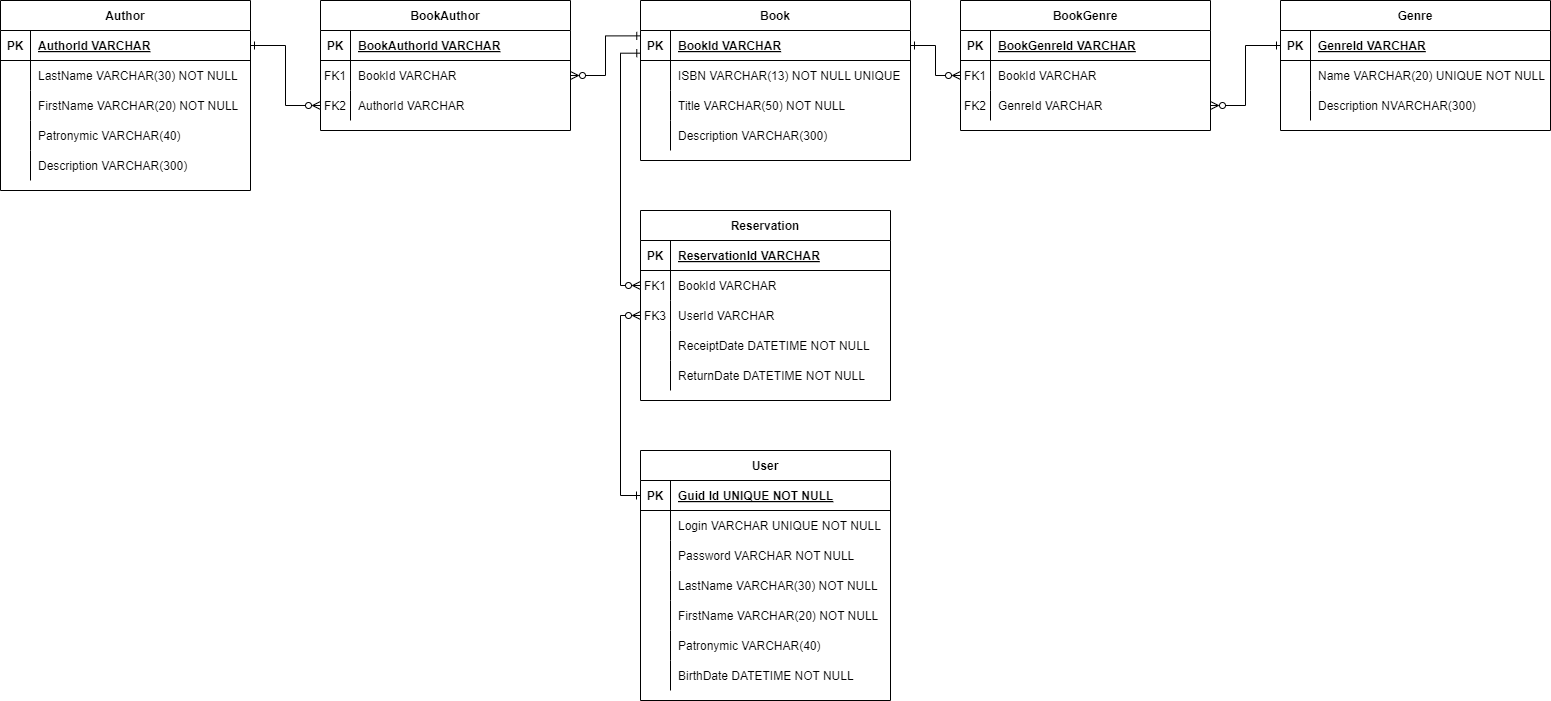
This is Images/LibraryDatabase.png from Clach-dev/Library, a draw.io export, as it was before one commit. Source tidied: cells renumbered, new cells last; positions are measured from the earlier drawing's top-left corner, leaving out a move shared by most shapes.
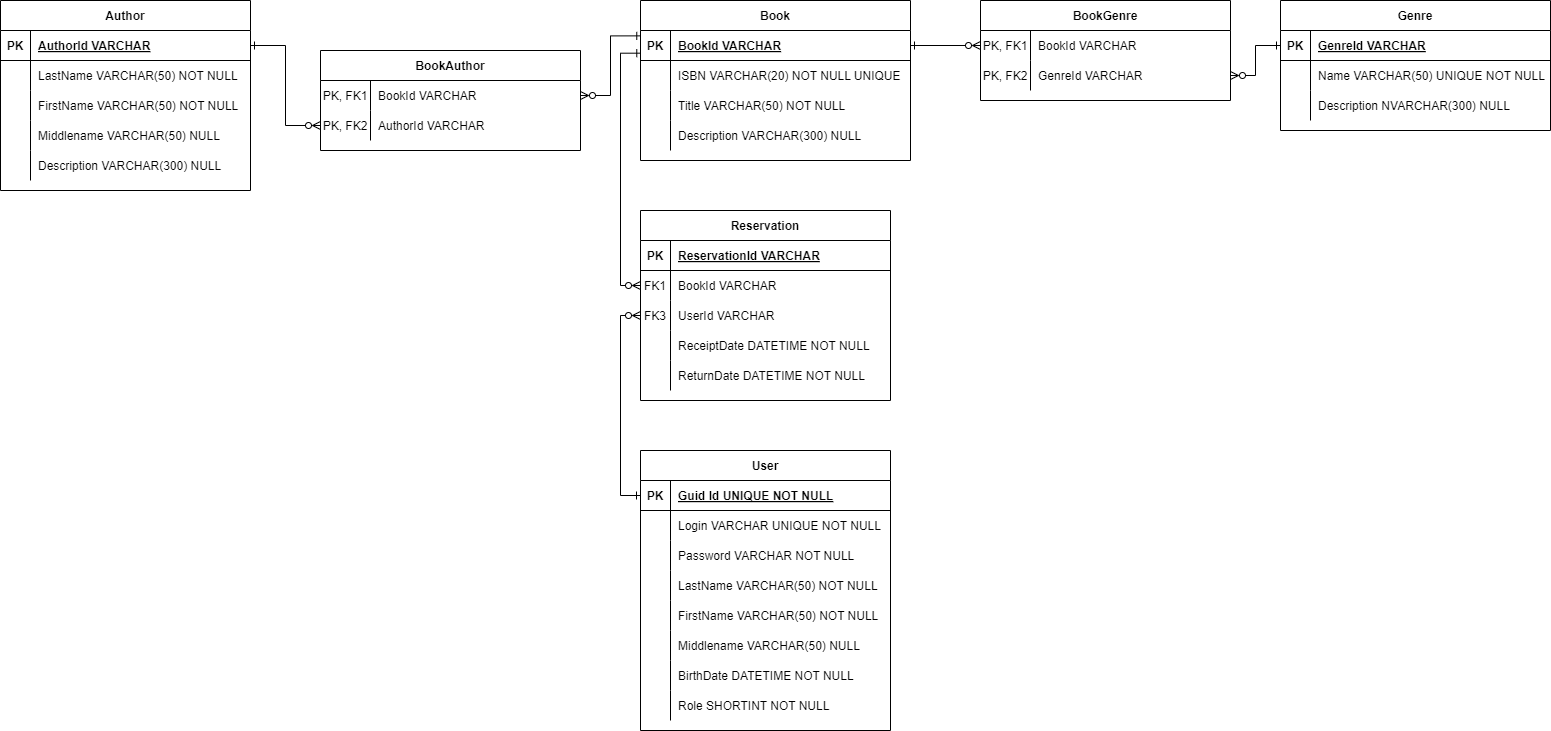
Above is the later version.

Commit message:
Modify database structure and entites

Diff of the diagram source:
```diff
@@ -3,34 +3,25 @@
     <mxCell id="0" />
     <mxCell id="1" parent="0" />
     <mxCell id="2" value="BookGenre" style="shape=table;startSize=30;rowLines=0;fontStyle=1;align=center;" parent="1" vertex="1">
-      <mxGeometry x="960" width="250" height="130" as="geometry" />
+      <mxGeometry x="980" width="250" height="100" as="geometry" />
     </mxCell>
-    <mxCell id="3" style="shape=partialRectangle;fillColor=none;top=0;left=0;right=0;bottom=1;" parent="2" vertex="1">
-      <mxGeometry y="30" width="250" height="30" as="geometry" />
-    </mxCell>
-    <mxCell id="4" value="PK" style="shape=partialRectangle;overflow=hidden;fillColor=none;top=0;left=0;bottom=0;right=0;fontStyle=1;" parent="3" vertex="1">
-      <mxGeometry width="30" height="30" as="geometry" />
-    </mxCell>
-    <mxCell id="5" value="BookGenreId VARCHAR" style="shape=partialRectangle;overflow=hidden;fillColor=none;top=0;left=0;bottom=0;right=0;align=left;spacingLeft=6;fontStyle=5;" parent="3" vertex="1">
-      <mxGeometry x="30" width="220" height="30" as="geometry" />
-    </mxCell>
     <mxCell id="6" style="shape=partialRectangle;fillColor=none;points=[[0,0.5],[1,0.5]];portConstraint=eastwest;top=0;left=0;right=0;bottom=0;" parent="2" vertex="1">
-      <mxGeometry y="60" width="250" height="30" as="geometry" />
+      <mxGeometry y="30" width="250" height="30" as="geometry" />
     </mxCell>
-    <mxCell id="7" value="FK1" style="shape=partialRectangle;overflow=hidden;fillColor=none;top=0;left=0;bottom=0;right=0;" parent="6" vertex="1">
-      <mxGeometry width="30" height="30" as="geometry" />
+    <mxCell id="7" value="PK, FK1" style="shape=partialRectangle;overflow=hidden;fillColor=none;top=0;left=0;bottom=0;right=0;" parent="6" vertex="1">
+      <mxGeometry width="50" height="30" as="geometry" />
     </mxCell>
     <mxCell id="8" value="BookId VARCHAR" style="shape=partialRectangle;overflow=hidden;fillColor=none;top=0;left=0;bottom=0;right=0;align=left;spacingLeft=6;" parent="6" vertex="1">
-      <mxGeometry x="30" width="220" height="30" as="geometry" />
+      <mxGeometry x="50" width="200" height="30" as="geometry" />
     </mxCell>
     <mxCell id="9" style="shape=partialRectangle;fillColor=none;points=[[0,0.5],[1,0.5]];portConstraint=eastwest;top=0;left=0;right=0;bottom=0;" parent="2" vertex="1">
-      <mxGeometry y="90" width="250" height="30" as="geometry" />
+      <mxGeometry y="60" width="250" height="30" as="geometry" />
     </mxCell>
-    <mxCell id="10" value="FK2" style="shape=partialRectangle;overflow=hidden;fillColor=none;top=0;left=0;bottom=0;right=0;" parent="9" vertex="1">
-      <mxGeometry width="30" height="30" as="geometry" />
+    <mxCell id="10" value="PK, FK2" style="shape=partialRectangle;overflow=hidden;fillColor=none;top=0;left=0;bottom=0;right=0;" parent="9" vertex="1">
+      <mxGeometry width="50" height="30" as="geometry" />
     </mxCell>
     <mxCell id="11" value="GenreId VARCHAR" style="shape=partialRectangle;overflow=hidden;fillColor=none;top=0;left=0;bottom=0;right=0;align=left;spacingLeft=6;" parent="9" vertex="1">
-      <mxGeometry x="30" width="220" height="30" as="geometry" />
+      <mxGeometry x="50" width="200" height="30" as="geometry" />
     </mxCell>
     <mxCell id="12" value="Book" style="shape=table;startSize=30;rowLines=0;fontStyle=1;align=center;" parent="1" vertex="1">
       <mxGeometry x="640" width="270" height="160" as="geometry" />
@@ -50,7 +41,7 @@
     <mxCell id="17" style="shape=partialRectangle;overflow=hidden;fillColor=none;top=0;left=0;bottom=0;right=0;" parent="16" vertex="1">
       <mxGeometry width="30" height="30" as="geometry" />
     </mxCell>
-    <mxCell id="18" value="ISBN VARCHAR(13) NOT NULL UNIQUE" style="shape=partialRectangle;overflow=hidden;fillColor=none;top=0;left=0;bottom=0;right=0;align=left;spacingLeft=6;" parent="16" vertex="1">
+    <mxCell id="18" value="ISBN VARCHAR(20) NOT NULL UNIQUE" style="shape=partialRectangle;overflow=hidden;fillColor=none;top=0;left=0;bottom=0;right=0;align=left;spacingLeft=6;" parent="16" vertex="1">
       <mxGeometry x="30" width="240" height="30" as="geometry" />
     </mxCell>
     <mxCell id="19" style="shape=partialRectangle;fillColor=none;top=0;left=0;right=0;bottom=0;" parent="12" vertex="1">
@@ -68,7 +59,7 @@
     <mxCell id="23" style="shape=partialRectangle;overflow=hidden;fillColor=none;top=0;left=0;bottom=0;right=0;" parent="22" vertex="1">
       <mxGeometry width="30" height="30" as="geometry" />
     </mxCell>
-    <mxCell id="24" value="Description VARCHAR(300)" style="shape=partialRectangle;overflow=hidden;fillColor=none;top=0;left=0;bottom=0;right=0;align=left;spacingLeft=6;" parent="22" vertex="1">
+    <mxCell id="24" value="Description VARCHAR(300) NULL" style="shape=partialRectangle;overflow=hidden;fillColor=none;top=0;left=0;bottom=0;right=0;align=left;spacingLeft=6;" parent="22" vertex="1">
       <mxGeometry x="30" width="240" height="30" as="geometry" />
     </mxCell>
     <mxCell id="25" value="Genre" style="shape=table;startSize=30;rowLines=0;fontStyle=1;align=center;" parent="1" vertex="1">
@@ -89,7 +80,7 @@
     <mxCell id="30" style="shape=partialRectangle;overflow=hidden;fillColor=none;top=0;left=0;bottom=0;right=0;" parent="29" vertex="1">
       <mxGeometry width="30" height="30" as="geometry" />
     </mxCell>
-    <mxCell id="31" value="Name VARCHAR(20) UNIQUE NOT NULL" style="shape=partialRectangle;overflow=hidden;fillColor=none;top=0;left=0;bottom=0;right=0;align=left;spacingLeft=6;" parent="29" vertex="1">
+    <mxCell id="31" value="Name VARCHAR(50) UNIQUE NOT NULL" style="shape=partialRectangle;overflow=hidden;fillColor=none;top=0;left=0;bottom=0;right=0;align=left;spacingLeft=6;" parent="29" vertex="1">
       <mxGeometry x="30" width="240" height="30" as="geometry" />
     </mxCell>
     <mxCell id="32" style="shape=partialRectangle;fillColor=none;top=0;left=0;right=0;bottom=0;" parent="25" vertex="1">
@@ -98,7 +89,7 @@
     <mxCell id="33" style="shape=partialRectangle;overflow=hidden;fillColor=none;top=0;left=0;bottom=0;right=0;" parent="32" vertex="1">
       <mxGeometry width="30" height="30" as="geometry" />
     </mxCell>
-    <mxCell id="34" value="Description NVARCHAR(300)" style="shape=partialRectangle;overflow=hidden;fillColor=none;top=0;left=0;bottom=0;right=0;align=left;spacingLeft=6;" parent="32" vertex="1">
+    <mxCell id="34" value="Description NVARCHAR(300) NULL" style="shape=partialRectangle;overflow=hidden;fillColor=none;top=0;left=0;bottom=0;right=0;align=left;spacingLeft=6;" parent="32" vertex="1">
       <mxGeometry x="30" width="240" height="30" as="geometry" />
     </mxCell>
     <mxCell id="35" value="Author" style="shape=table;startSize=30;rowLines=0;fontStyle=1;align=center;" parent="1" vertex="1">
@@ -119,7 +110,7 @@
     <mxCell id="40" style="shape=partialRectangle;overflow=hidden;fillColor=none;top=0;left=0;bottom=0;right=0;" parent="39" vertex="1">
       <mxGeometry width="30" height="30" as="geometry" />
     </mxCell>
-    <mxCell id="41" value="LastName VARCHAR(30) NOT NULL" style="shape=partialRectangle;overflow=hidden;fillColor=none;top=0;left=0;bottom=0;right=0;align=left;spacingLeft=6;" parent="39" vertex="1">
+    <mxCell id="41" value="LastName VARCHAR(50) NOT NULL" style="shape=partialRectangle;overflow=hidden;fillColor=none;top=0;left=0;bottom=0;right=0;align=left;spacingLeft=6;" parent="39" vertex="1">
       <mxGeometry x="30" width="220" height="30" as="geometry" />
     </mxCell>
     <mxCell id="42" style="shape=partialRectangle;fillColor=none;top=0;left=0;right=0;bottom=0;" parent="35" vertex="1">
@@ -128,7 +119,7 @@
     <mxCell id="43" style="shape=partialRectangle;overflow=hidden;fillColor=none;top=0;left=0;bottom=0;right=0;" parent="42" vertex="1">
       <mxGeometry width="30" height="30" as="geometry" />
     </mxCell>
-    <mxCell id="44" value="FirstName VARCHAR(20) NOT NULL" style="shape=partialRectangle;overflow=hidden;fillColor=none;top=0;left=0;bottom=0;right=0;align=left;spacingLeft=6;" parent="42" vertex="1">
+    <mxCell id="44" value="FirstName VARCHAR(50) NOT NULL" style="shape=partialRectangle;overflow=hidden;fillColor=none;top=0;left=0;bottom=0;right=0;align=left;spacingLeft=6;" parent="42" vertex="1">
       <mxGeometry x="30" width="220" height="30" as="geometry" />
     </mxCell>
     <mxCell id="45" style="shape=partialRectangle;fillColor=none;top=0;left=0;right=0;bottom=0;" parent="35" vertex="1">
@@ -137,7 +128,7 @@
     <mxCell id="46" style="shape=partialRectangle;overflow=hidden;fillColor=none;top=0;left=0;bottom=0;right=0;" parent="45" vertex="1">
       <mxGeometry width="30" height="30" as="geometry" />
     </mxCell>
-    <mxCell id="47" value="Patronymic VARCHAR(40)" style="shape=partialRectangle;overflow=hidden;fillColor=none;top=0;left=0;bottom=0;right=0;align=left;spacingLeft=6;" parent="45" vertex="1">
+    <mxCell id="47" value="Middlename VARCHAR(50) NULL" style="shape=partialRectangle;overflow=hidden;fillColor=none;top=0;left=0;bottom=0;right=0;align=left;spacingLeft=6;" parent="45" vertex="1">
       <mxGeometry x="30" width="220" height="30" as="geometry" />
     </mxCell>
     <mxCell id="48" style="shape=partialRectangle;fillColor=none;top=0;left=0;right=0;bottom=0;" parent="35" vertex="1">
@@ -146,11 +137,11 @@
     <mxCell id="49" style="shape=partialRectangle;overflow=hidden;fillColor=none;top=0;left=0;bottom=0;right=0;" parent="48" vertex="1">
       <mxGeometry width="30" height="30" as="geometry" />
     </mxCell>
-    <mxCell id="50" value="Description VARCHAR(300)" style="shape=partialRectangle;overflow=hidden;fillColor=none;top=0;left=0;bottom=0;right=0;align=left;spacingLeft=6;" parent="48" vertex="1">
+    <mxCell id="50" value="Description VARCHAR(300) NULL" style="shape=partialRectangle;overflow=hidden;fillColor=none;top=0;left=0;bottom=0;right=0;align=left;spacingLeft=6;" parent="48" vertex="1">
       <mxGeometry x="30" width="220" height="30" as="geometry" />
     </mxCell>
     <mxCell id="51" value="User" style="shape=table;startSize=30;rowLines=0;fontStyle=1;align=center;" parent="1" vertex="1">
-      <mxGeometry x="640" y="450" width="250" height="250" as="geometry" />
+      <mxGeometry x="640" y="450" width="250" height="280" as="geometry" />
     </mxCell>
     <mxCell id="52" style="shape=partialRectangle;fillColor=none;points=[[0,0.5],[1,0.5]];portConstraint=eastwest;top=0;left=0;right=0;bottom=1;" parent="51" vertex="1">
       <mxGeometry y="30" width="250" height="30" as="geometry" />
@@ -185,7 +176,7 @@
     <mxCell id="62" style="shape=partialRectangle;overflow=hidden;fillColor=none;top=0;left=0;bottom=0;right=0;" parent="61" vertex="1">
       <mxGeometry width="30" height="30" as="geometry" />
     </mxCell>
-    <mxCell id="63" value="LastName VARCHAR(30) NOT NULL" style="shape=partialRectangle;overflow=hidden;fillColor=none;top=0;left=0;bottom=0;right=0;align=left;spacingLeft=6;" parent="61" vertex="1">
+    <mxCell id="63" value="LastName VARCHAR(50) NOT NULL" style="shape=partialRectangle;overflow=hidden;fillColor=none;top=0;left=0;bottom=0;right=0;align=left;spacingLeft=6;" parent="61" vertex="1">
       <mxGeometry x="30" width="220" height="30" as="geometry" />
     </mxCell>
     <mxCell id="64" style="shape=partialRectangle;fillColor=none;top=0;left=0;right=0;bottom=0;" parent="51" vertex="1">
@@ -194,7 +185,7 @@
     <mxCell id="65" style="shape=partialRectangle;overflow=hidden;fillColor=none;top=0;left=0;bottom=0;right=0;" parent="64" vertex="1">
       <mxGeometry width="30" height="30" as="geometry" />
     </mxCell>
-    <mxCell id="66" value="FirstName VARCHAR(20) NOT NULL" style="shape=partialRectangle;overflow=hidden;fillColor=none;top=0;left=0;bottom=0;right=0;align=left;spacingLeft=6;" parent="64" vertex="1">
+    <mxCell id="66" value="FirstName VARCHAR(50) NOT NULL" style="shape=partialRectangle;overflow=hidden;fillColor=none;top=0;left=0;bottom=0;right=0;align=left;spacingLeft=6;" parent="64" vertex="1">
       <mxGeometry x="30" width="220" height="30" as="geometry" />
     </mxCell>
     <mxCell id="67" style="shape=partialRectangle;fillColor=none;top=0;left=0;right=0;bottom=0;" parent="51" vertex="1">
@@ -203,7 +194,7 @@
     <mxCell id="68" style="shape=partialRectangle;overflow=hidden;fillColor=none;top=0;left=0;bottom=0;right=0;" parent="67" vertex="1">
       <mxGeometry width="30" height="30" as="geometry" />
     </mxCell>
-    <mxCell id="69" value="Patronymic VARCHAR(40)" style="shape=partialRectangle;overflow=hidden;fillColor=none;top=0;left=0;bottom=0;right=0;align=left;spacingLeft=6;" parent="67" vertex="1">
+    <mxCell id="69" value="Middlename VARCHAR(50) NULL" style="shape=partialRectangle;overflow=hidden;fillColor=none;top=0;left=0;bottom=0;right=0;align=left;spacingLeft=6;" parent="67" vertex="1">
       <mxGeometry x="30" width="220" height="30" as="geometry" />
     </mxCell>
     <mxCell id="70" style="shape=partialRectangle;fillColor=none;top=0;left=0;right=0;bottom=0;" parent="51" vertex="1">
@@ -215,6 +206,15 @@
     <mxCell id="72" value="BirthDate DATETIME NOT NULL" style="shape=partialRectangle;overflow=hidden;fillColor=none;top=0;left=0;bottom=0;right=0;align=left;spacingLeft=6;" parent="70" vertex="1">
       <mxGeometry x="30" width="220" height="30" as="geometry" />
     </mxCell>
+    <mxCell id="105" style="shape=partialRectangle;fillColor=none;top=0;left=0;right=0;bottom=0;" parent="51" vertex="1">
+      <mxGeometry y="240" width="250" height="30" as="geometry" />
+    </mxCell>
+    <mxCell id="106" style="shape=partialRectangle;overflow=hidden;fillColor=none;top=0;left=0;bottom=0;right=0;" parent="105" vertex="1">
+      <mxGeometry width="30" height="30" as="geometry" />
+    </mxCell>
+    <mxCell id="107" value="Role SHORTINT NOT NULL" style="shape=partialRectangle;overflow=hidden;fillColor=none;top=0;left=0;bottom=0;right=0;align=left;spacingLeft=6;" parent="105" vertex="1">
+      <mxGeometry x="30" width="220" height="30" as="geometry" />
+    </mxCell>
     <mxCell id="73" value="Reservation" style="shape=table;startSize=30;rowLines=0;fontStyle=1;align=center;" parent="1" vertex="1">
       <mxGeometry x="640" y="210" width="250" height="190" as="geometry" />
     </mxCell>
@@ -264,34 +264,25 @@
       <mxGeometry x="30" width="220" height="30" as="geometry" />
     </mxCell>
     <mxCell id="89" value="BookAuthor" style="shape=table;startSize=30;rowLines=0;fontStyle=1;align=center;" parent="1" vertex="1">
-      <mxGeometry x="320" width="250" height="130" as="geometry" />
+      <mxGeometry x="320" y="50" width="260" height="100" as="geometry" />
     </mxCell>
-    <mxCell id="90" style="shape=partialRectangle;fillColor=none;top=0;left=0;right=0;bottom=1;" parent="89" vertex="1">
-      <mxGeometry y="30" width="250" height="30" as="geometry" />
-    </mxCell>
-    <mxCell id="91" value="PK" style="shape=partialRectangle;overflow=hidden;fillColor=none;top=0;left=0;bottom=0;right=0;fontStyle=1;" parent="90" vertex="1">
-      <mxGeometry width="30" height="30" as="geometry" />
-    </mxCell>
-    <mxCell id="92" value="BookAuthorId VARCHAR" style="shape=partialRectangle;overflow=hidden;fillColor=none;top=0;left=0;bottom=0;right=0;align=left;spacingLeft=6;fontStyle=5;" parent="90" vertex="1">
-      <mxGeometry x="30" width="220" height="30" as="geometry" />
-    </mxCell>
     <mxCell id="93" style="shape=partialRectangle;fillColor=none;points=[[0,0.5],[1,0.5]];portConstraint=eastwest;top=0;left=0;right=0;bottom=0;" parent="89" vertex="1">
-      <mxGeometry y="60" width="250" height="30" as="geometry" />
+      <mxGeometry y="30" width="260" height="30" as="geometry" />
     </mxCell>
-    <mxCell id="94" value="FK1" style="shape=partialRectangle;overflow=hidden;fillColor=none;top=0;left=0;bottom=0;right=0;" parent="93" vertex="1">
-      <mxGeometry width="30" height="30" as="geometry" />
+    <mxCell id="94" value="PK, FK1" style="shape=partialRectangle;overflow=hidden;fillColor=none;top=0;left=0;bottom=0;right=0;" parent="93" vertex="1">
+      <mxGeometry width="50" height="30" as="geometry" />
     </mxCell>
     <mxCell id="95" value="BookId VARCHAR" style="shape=partialRectangle;overflow=hidden;fillColor=none;top=0;left=0;bottom=0;right=0;align=left;spacingLeft=6;" parent="93" vertex="1">
-      <mxGeometry x="30" width="220" height="30" as="geometry" />
+      <mxGeometry x="50" width="210" height="30" as="geometry" />
     </mxCell>
     <mxCell id="96" style="shape=partialRectangle;fillColor=none;points=[[0,0.5],[1,0.5]];portConstraint=eastwest;top=0;left=0;right=0;bottom=0;" parent="89" vertex="1">
-      <mxGeometry y="90" width="250" height="30" as="geometry" />
+      <mxGeometry y="60" width="260" height="30" as="geometry" />
     </mxCell>
-    <mxCell id="97" value="FK2" style="shape=partialRectangle;overflow=hidden;fillColor=none;top=0;left=0;bottom=0;right=0;" parent="96" vertex="1">
-      <mxGeometry width="30" height="30" as="geometry" />
+    <mxCell id="97" value="PK, FK2" style="shape=partialRectangle;overflow=hidden;fillColor=none;top=0;left=0;bottom=0;right=0;" parent="96" vertex="1">
+      <mxGeometry width="50" height="30" as="geometry" />
     </mxCell>
     <mxCell id="98" value="AuthorId VARCHAR" style="shape=partialRectangle;overflow=hidden;fillColor=none;top=0;left=0;bottom=0;right=0;align=left;spacingLeft=6;" parent="96" vertex="1">
-      <mxGeometry x="30" width="220" height="30" as="geometry" />
+      <mxGeometry x="50" width="210" height="30" as="geometry" />
     </mxCell>
     <mxCell id="99" style="edgeStyle=orthogonalEdgeStyle;rounded=0;jettySize=auto;html=1;entryX=0;entryY=0.5;entryDx=0;entryDy=0;endArrow=ERzeroToMany;endFill=0;startArrow=ERone;startFill=0;" parent="1" edge="1" source="36" target="96">
       <mxGeometry relative="1" as="geometry" />
@@ -303,7 +294,12 @@
       <mxGeometry relative="1" as="geometry" />
     </mxCell>
     <mxCell id="102" style="edgeStyle=orthogonalEdgeStyle;rounded=0;jettySize=auto;html=1;endArrow=ERzeroToMany;endFill=0;startArrow=ERone;startFill=0;" parent="1" edge="1" source="13" target="6">
-      <mxGeometry relative="1" as="geometry" />
+      <mxGeometry relative="1" as="geometry">
+        <Array as="points">
+          <mxPoint x="980" y="50" />
+          <mxPoint x="980" y="50" />
+        </Array>
+      </mxGeometry>
     </mxCell>
     <mxCell id="103" style="edgeStyle=orthogonalEdgeStyle;rounded=0;jettySize=auto;html=1;entryX=0;entryY=0.5;entryDx=0;entryDy=0;endArrow=ERzeroToMany;endFill=0;startArrow=ERone;startFill=0;exitX=0;exitY=0.5;exitDx=0;exitDy=0;" parent="1" edge="1" source="52" target="80">
       <mxGeometry relative="1" as="geometry" />
```
